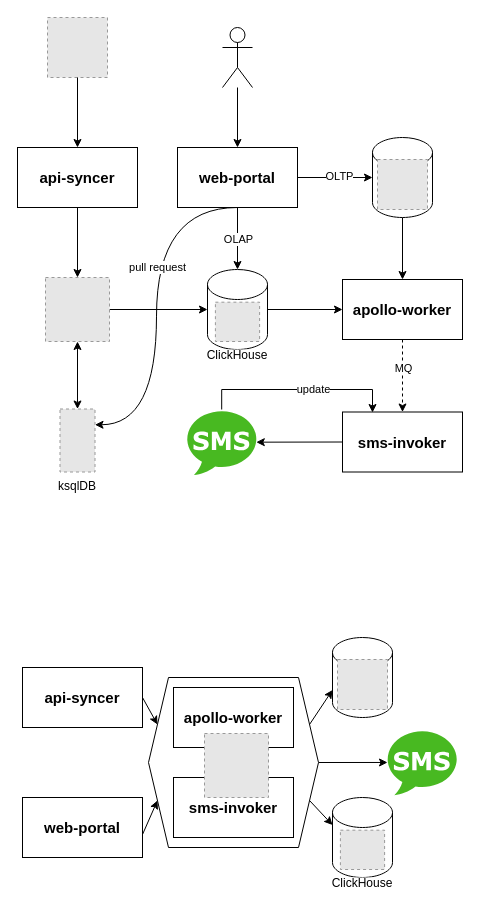
Earlier version of the draw.io diagram apollo.drawio (DouTiao-Tech/apollo-marketing). Source tidied: cells renumbered, new cells numbered last; positions are measured from the earlier drawing's top-left corner, leaving out a move shared by most shapes. Both pictures are drawn from the tidied source at 100%, with x=0, y=0 at pixel (17, 17). Pictures stored in the file or linked from it are replaced by grey dashed boxes.
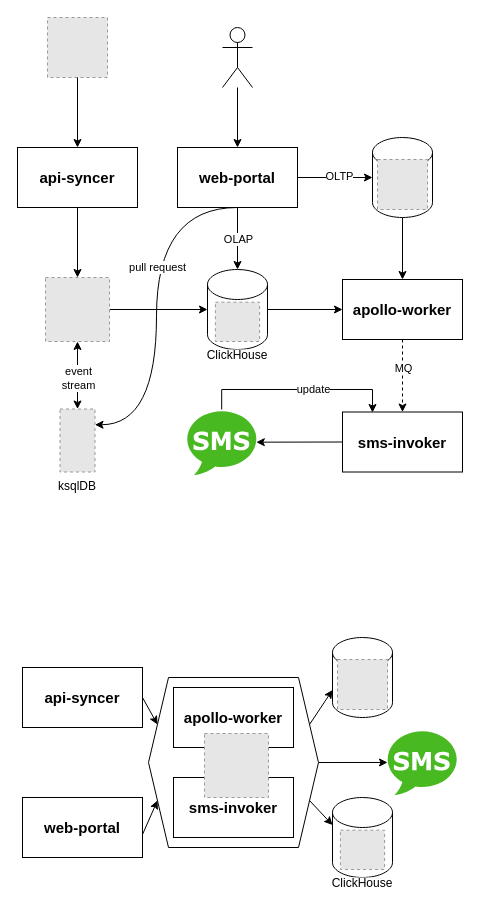
After the change.

Unchanged cells that the change refers to:
```xml
<mxCell id="10" style="fillColor=#E6E6E6;strokeColor=#999999;dashed=1;verticalLabelPosition=bottom;labelBackgroundColor=#ffffff;verticalAlign=top;" parent="1" vertex="1">
  <mxGeometry x="28" y="260" width="64" height="64" as="geometry" />
</mxCell>
<mxCell id="48" value="ksqlDB" style="fillColor=#E6E6E6;strokeColor=#999999;dashed=1;verticalLabelPosition=bottom;labelBackgroundColor=#ffffff;verticalAlign=top;" parent="1" vertex="1">
  <mxGeometry x="42.5" y="391.5" width="35" height="63" as="geometry" />
</mxCell>
```

Diff of the diagram source:
```diff
@@
-    <mxCell id="9" style="edgeStyle=orthogonalEdgeStyle;rounded=0;jettySize=auto;html=1;startArrow=classic;startFill=1;" parent="1" edge="1" source="10" target="48">
+    <mxCell id="9" style="rounded=0;jettySize=auto;html=1;startArrow=classic;startFill=1;" parent="1" edge="1" source="10" target="48">
       <mxGeometry relative="1" as="geometry" />
     </mxCell>
+    <mxCell id="49" value="event&lt;br&gt;stream" style="edgeLabel;html=1;align=center;verticalAlign=middle;" parent="9" vertex="1">
+      <mxGeometry x="-0.47" relative="1" as="geometry">
+        <mxPoint y="18" as="offset" />
+      </mxGeometry>
+    </mxCell>
```
